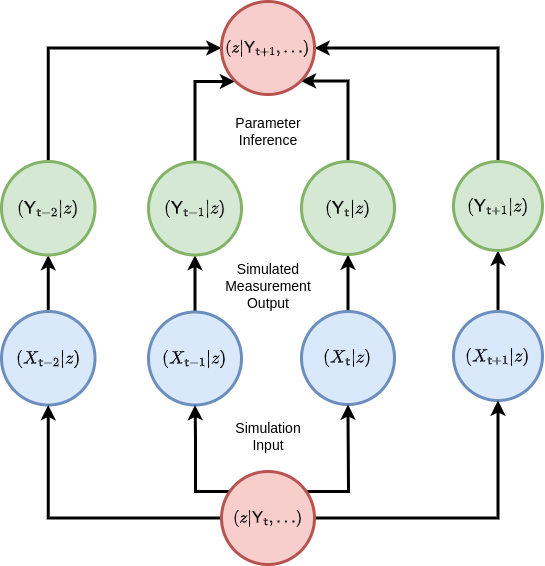
Earlier version of the draw.io export assets/stochadexII/stochadexII-simulation-inference-concept.drawio.png (umbralcalc/umbralcalc.github.io). Source tidied: cells renumbered, new cells last; positions are measured from the earlier drawing's top-left corner, leaving out a move shared by most shapes.
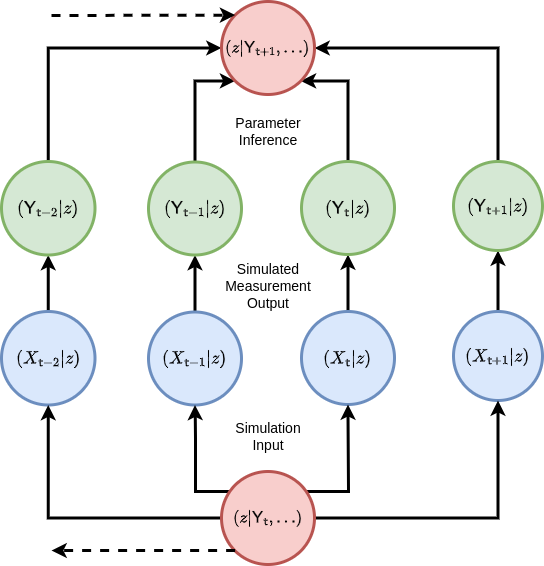
After the commit.

Change to the diagram source:
```diff
@@ -103,5 +103,21 @@
     <mxCell id="26" value="&lt;span style=&quot;font-size: 14px;&quot;&gt;Parameter Inference&lt;/span&gt;" style="text;html=1;align=center;verticalAlign=middle;whiteSpace=wrap;rounded=0;" parent="1" vertex="1">
       <mxGeometry x="236.5" y="110" width="60" height="40" as="geometry" />
     </mxCell>
+    <mxCell id="27" style="edgeStyle=orthogonalEdgeStyle;rounded=0;jettySize=auto;html=1;strokeWidth=3;exitX=0;exitY=1;exitDx=0;exitDy=0;dashed=1;" parent="1" edge="1" source="22">
+      <mxGeometry relative="1" as="geometry">
+        <mxPoint x="50" y="549" as="targetPoint" />
+        <Array as="points">
+          <mxPoint x="50" y="549" />
+        </Array>
+      </mxGeometry>
+    </mxCell>
+    <mxCell id="28" style="edgeStyle=orthogonalEdgeStyle;rounded=0;jettySize=auto;html=1;strokeWidth=3;dashed=1;entryX=0;entryY=0;entryDx=0;entryDy=0;" parent="1" edge="1" target="23">
+      <mxGeometry relative="1" as="geometry">
+        <mxPoint x="50" y="14" as="sourcePoint" />
+        <Array as="points">
+          <mxPoint x="50" y="14" />
+        </Array>
+      </mxGeometry>
+    </mxCell>
   </root>
 </mxGraphModel>
```
